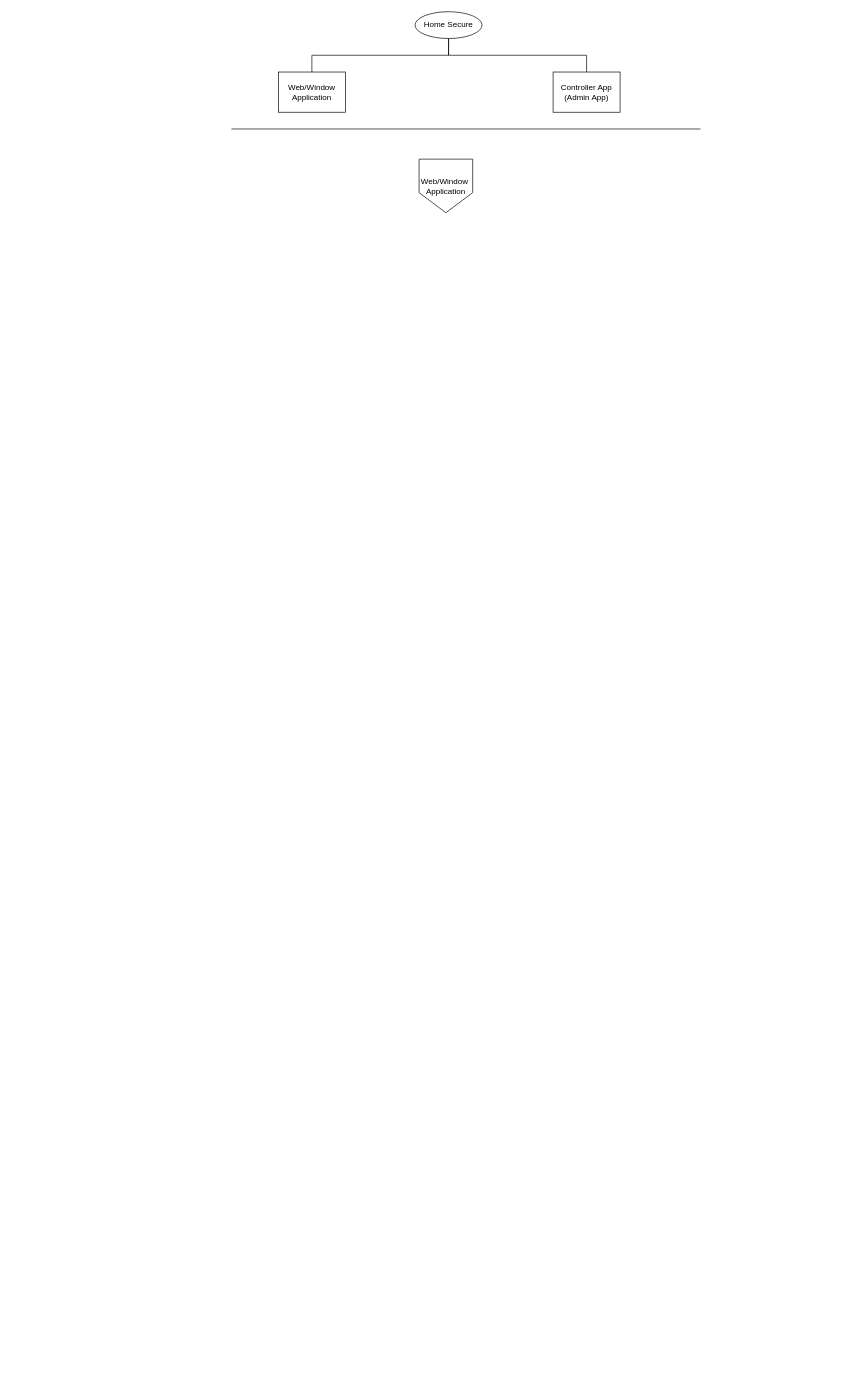
Above: Diagram.drawio in neerajrp1999/projectMCA1 (draw.io), before the change. Source tidied: cells renumbered, new cells numbered last; positions are measured from the earlier drawing's top-left corner, leaving out a move shared by most shapes. Both pictures are drawn from the tidied source at 67%, with x=0, y=0 at pixel (231, 11).
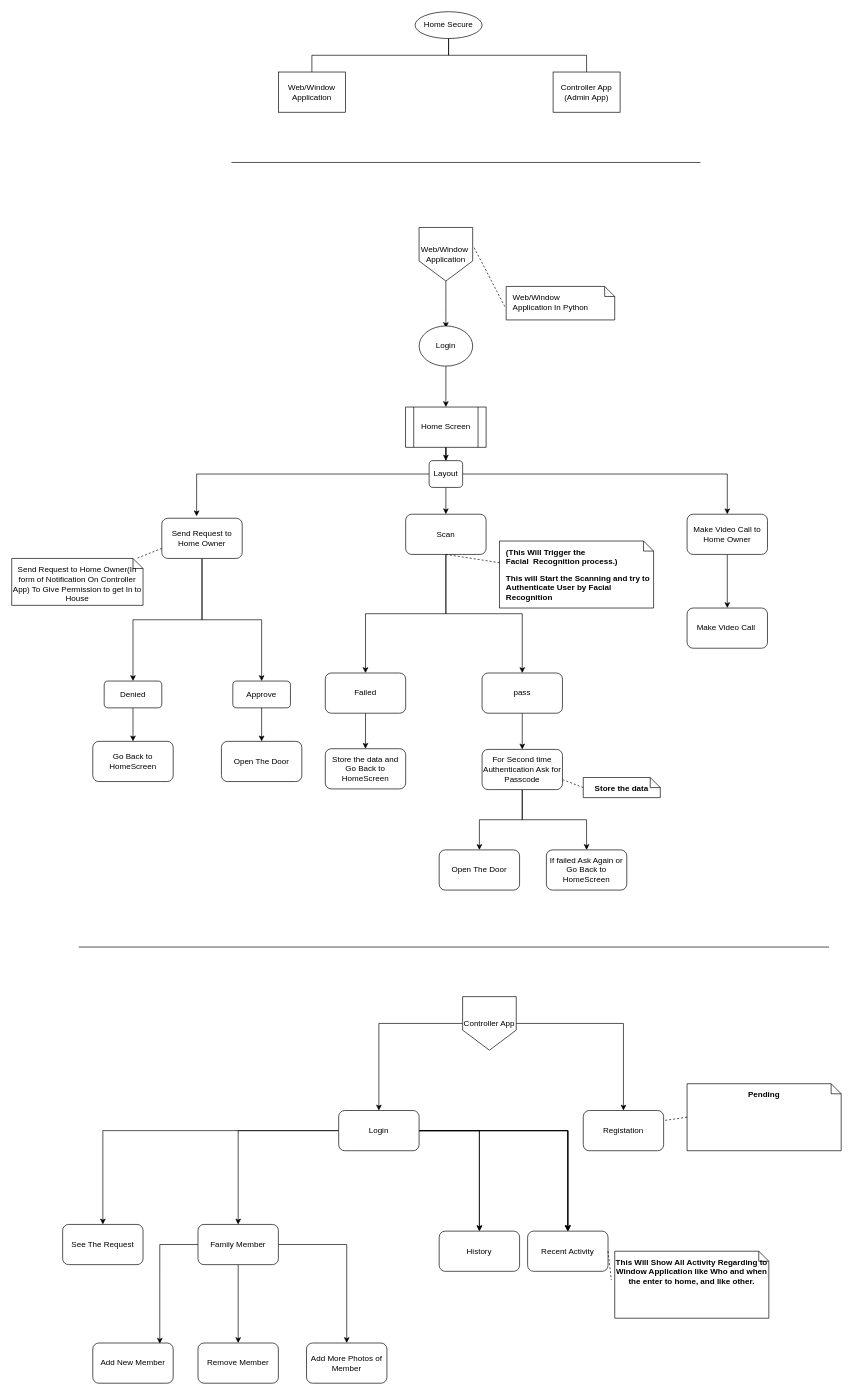
Above is the later version.

Diff of the diagram source:
```diff
@@
     <mxCell id="7" style="line;strokeWidth=1;fillColor=none;align=left;verticalAlign=middle;spacingTop=-1;spacingLeft=3;spacingRight=3;labelPosition=right;strokeColor=inherit;fontFamily=Helvetica;" parent="1" vertex="1">
-      <mxGeometry y="90" width="700" height="170" as="geometry" />
+      <mxGeometry y="140" width="700" height="170" as="geometry" />
     </mxCell>
+    <mxCell id="9" style="edgeStyle=orthogonalEdgeStyle;rounded=0;jettySize=auto;html=1;exitX=0.5;exitY=1;exitDx=0;exitDy=0;entryX=0.5;entryY=0;entryDx=0;entryDy=0;fontFamily=Helvetica;" parent="1" edge="1" source="8">
+      <mxGeometry relative="1" as="geometry">
+        <mxPoint x="320" y="472" as="targetPoint" />
+      </mxGeometry>
+    </mxCell>
     <mxCell id="8" value="Web/Window&amp;nbsp;&lt;br&gt;Application" style="shape=offPageConnector;whiteSpace=wrap;html=1;fontFamily=Helvetica;" parent="1" vertex="1">
-      <mxGeometry x="280" y="220" width="80" height="80" as="geometry" />
+      <mxGeometry x="280" y="322" width="80" height="80" as="geometry" />
     </mxCell>
+    <mxCell id="10" style="edgeStyle=orthogonalEdgeStyle;rounded=0;jettySize=auto;html=1;entryX=0.5;entryY=0;entryDx=0;entryDy=0;fontFamily=Helvetica;" parent="1" edge="1" source="11" target="15">
+      <mxGeometry relative="1" as="geometry" />
+    </mxCell>
+    <mxCell id="11" value="Login" style="ellipse;whiteSpace=wrap;html=1;fontFamily=Helvetica;" parent="1" vertex="1">
+      <mxGeometry x="280" y="469" width="80" height="60" as="geometry" />
+    </mxCell>
+    <mxCell id="12" value="&lt;p style=&quot;margin:0px;margin-top:10px;margin-left:10px;text-align:left;&quot;&gt;&lt;span style=&quot;text-align: center; background-color: rgb(255, 255, 255);&quot;&gt;Web/Window&lt;/span&gt;&lt;br style=&quot;text-align: center;&quot;&gt;&lt;span style=&quot;text-align: center; background-color: rgb(255, 255, 255);&quot;&gt;Application In Python&lt;/span&gt;&lt;br&gt;&lt;/p&gt;" style="shape=note;html=1;size=15;spacingLeft=5;align=left;html=1;overflow=fill;whiteSpace=wrap;align=center;fontFamily=Helvetica;" parent="1" vertex="1">
+      <mxGeometry x="410" y="410" width="162" height="50" as="geometry" />
+    </mxCell>
+    <mxCell id="13" style="rounded=0;html=1;labelBackgroundColor=none;endArrow=none;dashed=1;fontFamily=Helvetica;entryX=1.013;entryY=0.35;entryDx=0;entryDy=0;exitX=-0.013;exitY=0.6;exitDx=0;exitDy=0;exitPerimeter=0;entryPerimeter=0;" parent="1" edge="1" source="12" target="8">
+      <mxGeometry relative="1" as="geometry" />
+    </mxCell>
+    <mxCell id="14" style="edgeStyle=orthogonalEdgeStyle;rounded=0;jettySize=auto;html=1;fontFamily=Helvetica;" parent="1" edge="1" source="15" target="27">
+      <mxGeometry relative="1" as="geometry" />
+    </mxCell>
+    <mxCell id="15" value="Home Screen" style="shape=process;whiteSpace=wrap;html=1;backgroundOutline=1;fontFamily=Helvetica;" parent="1" vertex="1">
+      <mxGeometry x="260" y="590" width="120" height="60" as="geometry" />
+    </mxCell>
+    <mxCell id="16" style="edgeStyle=orthogonalEdgeStyle;rounded=0;jettySize=auto;html=1;fontFamily=Helvetica;" parent="1" edge="1" source="18" target="31">
+      <mxGeometry relative="1" as="geometry" />
+    </mxCell>
+    <mxCell id="17" style="edgeStyle=orthogonalEdgeStyle;rounded=0;jettySize=auto;html=1;fontFamily=Helvetica;" parent="1" edge="1" source="18" target="33">
+      <mxGeometry relative="1" as="geometry" />
+    </mxCell>
+    <mxCell id="18" value="Scan" style="rounded=1;whiteSpace=wrap;html=1;fontFamily=Helvetica;" parent="1" vertex="1">
+      <mxGeometry x="260" y="750" width="120" height="60" as="geometry" />
+    </mxCell>
+    <mxCell id="19" style="edgeStyle=orthogonalEdgeStyle;rounded=0;jettySize=auto;html=1;fontFamily=Helvetica;" parent="1" edge="1" source="21" target="43">
+      <mxGeometry relative="1" as="geometry" />
+    </mxCell>
+    <mxCell id="20" style="edgeStyle=orthogonalEdgeStyle;rounded=0;jettySize=auto;html=1;fontFamily=Helvetica;" parent="1" edge="1" source="21" target="47">
+      <mxGeometry relative="1" as="geometry" />
+    </mxCell>
+    <mxCell id="21" value="Send Request to Home Owner" style="rounded=1;whiteSpace=wrap;html=1;fontFamily=Helvetica;" parent="1" vertex="1">
+      <mxGeometry x="-104" y="756" width="120" height="60" as="geometry" />
+    </mxCell>
+    <mxCell id="22" style="edgeStyle=orthogonalEdgeStyle;rounded=0;jettySize=auto;html=1;fontFamily=Helvetica;" parent="1" edge="1" source="23" target="50">
+      <mxGeometry relative="1" as="geometry" />
+    </mxCell>
+    <mxCell id="23" value="Make Video Call to Home Owner" style="rounded=1;whiteSpace=wrap;html=1;fontFamily=Helvetica;" parent="1" vertex="1">
+      <mxGeometry x="680" y="750" width="120" height="60" as="geometry" />
+    </mxCell>
+    <mxCell id="24" style="edgeStyle=orthogonalEdgeStyle;rounded=0;jettySize=auto;html=1;fontFamily=Helvetica;" parent="1" edge="1" source="27" target="18">
+      <mxGeometry relative="1" as="geometry" />
+    </mxCell>
+    <mxCell id="25" style="edgeStyle=orthogonalEdgeStyle;rounded=0;jettySize=auto;html=1;entryX=0.5;entryY=0;entryDx=0;entryDy=0;fontFamily=Helvetica;" parent="1" edge="1" source="27" target="23">
+      <mxGeometry relative="1" as="geometry" />
+    </mxCell>
+    <mxCell id="26" style="edgeStyle=orthogonalEdgeStyle;rounded=0;jettySize=auto;html=1;fontFamily=Helvetica;entryX=0.433;entryY=-0.05;entryDx=0;entryDy=0;entryPerimeter=0;" parent="1" edge="1" source="27" target="21">
+      <mxGeometry relative="1" as="geometry" />
+    </mxCell>
+    <mxCell id="27" value="Layout" style="rounded=1;whiteSpace=wrap;html=1;fontFamily=Helvetica;" parent="1" vertex="1">
+      <mxGeometry x="295" y="670" width="50" height="40" as="geometry" />
+    </mxCell>
+    <mxCell id="28" value="&lt;p style=&quot;margin:0px;margin-top:10px;margin-left:10px;text-align:left;&quot;&gt;&lt;b&gt;(This Will Trigger the Facial&amp;nbsp;&amp;nbsp;&lt;/b&gt;&lt;span style=&quot;background-color: initial;&quot;&gt;&lt;b&gt;Recognition process.)&lt;/b&gt;&lt;/span&gt;&lt;/p&gt;&lt;p style=&quot;margin:0px;margin-top:10px;margin-left:10px;text-align:left;&quot;&gt;&lt;span style=&quot;background-color: initial;&quot;&gt;&lt;b&gt;This will Start the Scanning&amp;nbsp;and try to Authenticate User by Facial Recognition&lt;/b&gt;&lt;/span&gt;&lt;/p&gt;&lt;span style=&quot;text-align: left; background-color: initial;&quot;&gt;&lt;b&gt;&lt;br&gt;&lt;/b&gt;&lt;/span&gt;" style="shape=note;html=1;size=15;spacingLeft=5;align=left;html=1;overflow=fill;whiteSpace=wrap;align=center;fontFamily=Helvetica;" parent="1" vertex="1">
+      <mxGeometry x="400" y="790" width="230" height="100" as="geometry" />
+    </mxCell>
+    <mxCell id="29" style="rounded=0;html=1;labelBackgroundColor=none;endArrow=none;dashed=1;fontFamily=Helvetica;entryX=0.5;entryY=1;entryDx=0;entryDy=0;" parent="1" edge="1" source="28" target="18">
+      <mxGeometry relative="1" as="geometry" />
+    </mxCell>
+    <mxCell id="30" style="edgeStyle=orthogonalEdgeStyle;rounded=0;jettySize=auto;html=1;fontFamily=Helvetica;" parent="1" edge="1" source="31" target="34">
+      <mxGeometry relative="1" as="geometry" />
+    </mxCell>
+    <mxCell id="31" value="Failed" style="rounded=1;whiteSpace=wrap;html=1;fontFamily=Helvetica;" parent="1" vertex="1">
+      <mxGeometry x="140" y="987" width="120" height="60" as="geometry" />
+    </mxCell>
+    <mxCell id="32" style="edgeStyle=orthogonalEdgeStyle;rounded=0;jettySize=auto;html=1;fontFamily=Helvetica;" parent="1" edge="1" source="33" target="37">
+      <mxGeometry relative="1" as="geometry" />
+    </mxCell>
+    <mxCell id="33" value="pass" style="rounded=1;whiteSpace=wrap;html=1;fontFamily=Helvetica;" parent="1" vertex="1">
+      <mxGeometry x="374" y="987" width="120" height="60" as="geometry" />
+    </mxCell>
+    <mxCell id="34" value="Store the data and Go Back to HomeScreen" style="rounded=1;whiteSpace=wrap;html=1;fontFamily=Helvetica;" parent="1" vertex="1">
+      <mxGeometry x="140" y="1100" width="120" height="60" as="geometry" />
+    </mxCell>
+    <mxCell id="35" style="edgeStyle=orthogonalEdgeStyle;rounded=0;jettySize=auto;html=1;fontFamily=Helvetica;" parent="1" edge="1" source="37" target="38">
+      <mxGeometry relative="1" as="geometry" />
+    </mxCell>
+    <mxCell id="36" style="edgeStyle=orthogonalEdgeStyle;rounded=0;jettySize=auto;html=1;fontFamily=Helvetica;" parent="1" edge="1" source="37" target="39">
+      <mxGeometry relative="1" as="geometry" />
+    </mxCell>
+    <mxCell id="37" value="For Second time Authentication Ask for Passcode" style="rounded=1;whiteSpace=wrap;html=1;fontFamily=Helvetica;" parent="1" vertex="1">
+      <mxGeometry x="374" y="1101" width="120" height="60" as="geometry" />
+    </mxCell>
+    <mxCell id="38" value="Open The Door" style="rounded=1;whiteSpace=wrap;html=1;fontFamily=Helvetica;" parent="1" vertex="1">
+      <mxGeometry x="310" y="1251" width="120" height="60" as="geometry" />
+    </mxCell>
+    <mxCell id="39" value="If failed Ask Again or Go Back to HomeScreen" style="rounded=1;whiteSpace=wrap;html=1;fontFamily=Helvetica;" parent="1" vertex="1">
+      <mxGeometry x="470" y="1251" width="120" height="60" as="geometry" />
+    </mxCell>
+    <mxCell id="40" value="&lt;p style=&quot;margin:0px;margin-top:10px;margin-left:10px;text-align:left;&quot;&gt;&lt;/p&gt;&lt;span style=&quot;text-align: left; background-color: initial;&quot;&gt;&lt;b&gt;Store the data&lt;br&gt;&lt;/b&gt;&lt;/span&gt;" style="shape=note;html=1;size=15;spacingLeft=5;align=left;html=1;overflow=fill;whiteSpace=wrap;align=center;fontFamily=Helvetica;" parent="1" vertex="1">
+      <mxGeometry x="525" y="1143" width="115" height="30" as="geometry" />
+    </mxCell>
+    <mxCell id="41" style="rounded=0;html=1;labelBackgroundColor=none;endArrow=none;dashed=1;fontFamily=Helvetica;exitX=0;exitY=0.5;exitDx=0;exitDy=0;exitPerimeter=0;entryX=1;entryY=0.75;entryDx=0;entryDy=0;" parent="1" edge="1" source="40" target="37">
+      <mxGeometry relative="1" as="geometry" />
+    </mxCell>
+    <mxCell id="42" style="edgeStyle=orthogonalEdgeStyle;rounded=0;jettySize=auto;html=1;entryX=0.5;entryY=0;entryDx=0;entryDy=0;fontFamily=Helvetica;" parent="1" edge="1" source="43" target="48">
+      <mxGeometry relative="1" as="geometry" />
+    </mxCell>
+    <mxCell id="43" value="Denied" style="rounded=1;whiteSpace=wrap;html=1;fontFamily=Helvetica;" parent="1" vertex="1">
+      <mxGeometry x="-190" y="999" width="86" height="40" as="geometry" />
+    </mxCell>
+    <mxCell id="44" value="&lt;p style=&quot;margin:0px;margin-top:10px;margin-left:10px;text-align:left;&quot;&gt;&lt;/p&gt;Send Request to Home Owner(In form of Notification On Controller App) To Give Permission to get In to House&lt;span style=&quot;text-align: left; background-color: initial;&quot;&gt;&lt;b&gt;&lt;br&gt;&lt;/b&gt;&lt;/span&gt;" style="shape=note;html=1;size=15;spacingLeft=5;align=left;html=1;overflow=fill;whiteSpace=wrap;align=center;fontFamily=Helvetica;" parent="1" vertex="1">
+      <mxGeometry x="-328" y="816" width="196" height="70" as="geometry" />
+    </mxCell>
+    <mxCell id="45" style="rounded=0;html=1;labelBackgroundColor=none;endArrow=none;dashed=1;fontFamily=Helvetica;exitX=0;exitY=0.75;exitDx=0;exitDy=0;" parent="1" edge="1" source="21" target="44">
+      <mxGeometry relative="1" as="geometry" />
+    </mxCell>
+    <mxCell id="46" style="edgeStyle=orthogonalEdgeStyle;rounded=0;jettySize=auto;html=1;entryX=0.5;entryY=0;entryDx=0;entryDy=0;fontFamily=Helvetica;" parent="1" edge="1" source="47" target="49">
+      <mxGeometry relative="1" as="geometry" />
+    </mxCell>
+    <mxCell id="47" value="Approve" style="rounded=1;whiteSpace=wrap;html=1;fontFamily=Helvetica;" parent="1" vertex="1">
+      <mxGeometry x="2" y="999" width="86" height="40" as="geometry" />
+    </mxCell>
+    <mxCell id="48" value="Go Back to HomeScreen" style="rounded=1;whiteSpace=wrap;html=1;fontFamily=Helvetica;" parent="1" vertex="1">
+      <mxGeometry x="-207" y="1089" width="120" height="60" as="geometry" />
+    </mxCell>
+    <mxCell id="49" value="Open The Door" style="rounded=1;whiteSpace=wrap;html=1;fontFamily=Helvetica;" parent="1" vertex="1">
+      <mxGeometry x="-15" y="1089" width="120" height="60" as="geometry" />
+    </mxCell>
+    <mxCell id="50" value="Make Video Call&amp;nbsp;" style="rounded=1;whiteSpace=wrap;html=1;fontFamily=Helvetica;" parent="1" vertex="1">
+      <mxGeometry x="680" y="890" width="120" height="60" as="geometry" />
+    </mxCell>
+    <mxCell id="51" style="line;strokeWidth=1;fillColor=none;align=left;verticalAlign=middle;spacingTop=-1;spacingLeft=3;spacingRight=3;labelPosition=right;strokeColor=inherit;fontFamily=Helvetica;" parent="1" vertex="1">
+      <mxGeometry x="-228" y="1311" width="1120" height="170" as="geometry" />
+    </mxCell>
+    <mxCell id="52" style="edgeStyle=orthogonalEdgeStyle;rounded=0;jettySize=auto;html=1;fontFamily=Helvetica;" parent="1" edge="1" source="54" target="63">
+      <mxGeometry relative="1" as="geometry" />
+    </mxCell>
+    <mxCell id="53" style="edgeStyle=orthogonalEdgeStyle;rounded=0;jettySize=auto;html=1;fontFamily=Helvetica;" parent="1" edge="1" source="54" target="64">
+      <mxGeometry relative="1" as="geometry" />
+    </mxCell>
+    <mxCell id="54" value="Controller App" style="shape=offPageConnector;whiteSpace=wrap;html=1;fontFamily=Helvetica;" parent="1" vertex="1">
+      <mxGeometry x="345" y="1470" width="80" height="80" as="geometry" />
+    </mxCell>
+    <mxCell id="55" style="edgeStyle=orthogonalEdgeStyle;rounded=0;jettySize=auto;html=1;fontFamily=Helvetica;" parent="1" edge="1" source="63" target="67">
+      <mxGeometry relative="1" as="geometry" />
+    </mxCell>
+    <mxCell id="56" style="edgeStyle=orthogonalEdgeStyle;rounded=0;jettySize=auto;html=1;fontFamily=Helvetica;" parent="1" edge="1" source="63" target="67">
+      <mxGeometry relative="1" as="geometry" />
+    </mxCell>
+    <mxCell id="57" style="edgeStyle=orthogonalEdgeStyle;rounded=0;jettySize=auto;html=1;fontFamily=Helvetica;" parent="1" edge="1" source="63" target="67">
+      <mxGeometry relative="1" as="geometry" />
+    </mxCell>
+    <mxCell id="58" style="edgeStyle=orthogonalEdgeStyle;rounded=0;jettySize=auto;html=1;fontFamily=Helvetica;" parent="1" edge="1" source="63" target="67">
+      <mxGeometry relative="1" as="geometry" />
+    </mxCell>
+    <mxCell id="59" style="edgeStyle=orthogonalEdgeStyle;rounded=0;jettySize=auto;html=1;fontFamily=Helvetica;" parent="1" edge="1" source="63" target="70">
+      <mxGeometry relative="1" as="geometry" />
+    </mxCell>
+    <mxCell id="60" style="edgeStyle=orthogonalEdgeStyle;rounded=0;jettySize=auto;html=1;fontFamily=Helvetica;" parent="1" edge="1" source="63" target="70">
+      <mxGeometry relative="1" as="geometry" />
+    </mxCell>
+    <mxCell id="61" style="edgeStyle=orthogonalEdgeStyle;rounded=0;jettySize=auto;html=1;fontFamily=Helvetica;" parent="1" edge="1" source="63" target="71">
+      <mxGeometry relative="1" as="geometry" />
+    </mxCell>
+    <mxCell id="62" style="edgeStyle=orthogonalEdgeStyle;rounded=0;jettySize=auto;html=1;fontFamily=Helvetica;" parent="1" edge="1" source="63" target="76">
+      <mxGeometry relative="1" as="geometry" />
+    </mxCell>
+    <mxCell id="63" value="Login" style="rounded=1;whiteSpace=wrap;html=1;" parent="1" vertex="1">
+      <mxGeometry x="160" y="1640" width="120" height="60" as="geometry" />
+    </mxCell>
+    <mxCell id="64" value="Registation" style="rounded=1;whiteSpace=wrap;html=1;" parent="1" vertex="1">
+      <mxGeometry x="525" y="1640" width="120" height="60" as="geometry" />
+    </mxCell>
+    <mxCell id="65" value="&lt;p style=&quot;margin:0px;margin-top:10px;margin-left:10px;text-align:left;&quot;&gt;&lt;/p&gt;&lt;span style=&quot;text-align: left; background-color: initial;&quot;&gt;&lt;b&gt;Pending&lt;br&gt;&lt;/b&gt;&lt;/span&gt;" style="shape=note;html=1;size=15;spacingLeft=5;align=left;html=1;overflow=fill;whiteSpace=wrap;align=center;fontFamily=Helvetica;" parent="1" vertex="1">
+      <mxGeometry x="680" y="1600" width="230" height="100" as="geometry" />
+    </mxCell>
+    <mxCell id="66" style="rounded=0;html=1;labelBackgroundColor=none;endArrow=none;dashed=1;fontFamily=Helvetica;entryX=1;entryY=0.25;entryDx=0;entryDy=0;exitX=0;exitY=0.5;exitDx=0;exitDy=0;exitPerimeter=0;" parent="1" edge="1" source="65" target="64">
+      <mxGeometry relative="1" as="geometry" />
+    </mxCell>
+    <mxCell id="67" value="Recent Activity" style="rounded=1;whiteSpace=wrap;html=1;" parent="1" vertex="1">
+      <mxGeometry x="442" y="1820" width="120" height="60" as="geometry" />
+    </mxCell>
+    <mxCell id="68" value="&lt;p style=&quot;margin:0px;margin-top:10px;margin-left:10px;text-align:left;&quot;&gt;&lt;/p&gt;&lt;span style=&quot;text-align: left; background-color: initial;&quot;&gt;&lt;b&gt;This Will Show All Activity Regarding to Window Application like Who and when the enter to home, and like other.&lt;br&gt;&lt;/b&gt;&lt;/span&gt;" style="shape=note;html=1;size=15;spacingLeft=5;align=left;html=1;overflow=fill;whiteSpace=wrap;align=center;fontFamily=Helvetica;" parent="1" vertex="1">
+      <mxGeometry x="572" y="1850" width="230" height="100" as="geometry" />
+    </mxCell>
+    <mxCell id="69" style="rounded=0;html=1;labelBackgroundColor=none;endArrow=none;dashed=1;fontFamily=Helvetica;entryX=-0.022;entryY=0.43;entryDx=0;entryDy=0;exitX=1;exitY=0.5;exitDx=0;exitDy=0;entryPerimeter=0;" parent="1" edge="1" source="67" target="68">
+      <mxGeometry relative="1" as="geometry" />
+    </mxCell>
+    <mxCell id="70" value="History" style="rounded=1;whiteSpace=wrap;html=1;" parent="1" vertex="1">
+      <mxGeometry x="310" y="1820" width="120" height="60" as="geometry" />
+    </mxCell>
+    <mxCell id="71" value="See The Request" style="rounded=1;whiteSpace=wrap;html=1;" parent="1" vertex="1">
+      <mxGeometry x="-252" y="1810" width="120" height="60" as="geometry" />
+    </mxCell>
+    <mxCell id="72" value="Add New Member" style="rounded=1;whiteSpace=wrap;html=1;" parent="1" vertex="1">
+      <mxGeometry x="-207" y="1987" width="120" height="60" as="geometry" />
+    </mxCell>
+    <mxCell id="73" style="edgeStyle=orthogonalEdgeStyle;rounded=0;jettySize=auto;html=1;fontFamily=Helvetica;" parent="1" edge="1" source="76" target="77">
+      <mxGeometry relative="1" as="geometry" />
+    </mxCell>
+    <mxCell id="74" style="edgeStyle=orthogonalEdgeStyle;rounded=0;jettySize=auto;html=1;entryX=0.833;entryY=0.017;entryDx=0;entryDy=0;entryPerimeter=0;fontFamily=Helvetica;" parent="1" edge="1" source="76" target="72">
+      <mxGeometry relative="1" as="geometry" />
+    </mxCell>
+    <mxCell id="75" style="edgeStyle=orthogonalEdgeStyle;rounded=0;jettySize=auto;html=1;fontFamily=Helvetica;" parent="1" edge="1" source="76" target="78">
+      <mxGeometry relative="1" as="geometry" />
+    </mxCell>
+    <mxCell id="76" value="Family Member" style="rounded=1;whiteSpace=wrap;html=1;" parent="1" vertex="1">
+      <mxGeometry x="-50" y="1810" width="120" height="60" as="geometry" />
+    </mxCell>
+    <mxCell id="77" value="Remove Member" style="rounded=1;whiteSpace=wrap;html=1;fontFamily=Helvetica;" parent="1" vertex="1">
+      <mxGeometry x="-50" y="1987" width="120" height="60" as="geometry" />
+    </mxCell>
+    <mxCell id="78" value="Add More Photos of Member" style="rounded=1;whiteSpace=wrap;html=1;fontFamily=Helvetica;" parent="1" vertex="1">
+      <mxGeometry x="112" y="1987" width="120" height="60" as="geometry" />
+    </mxCell>
```
